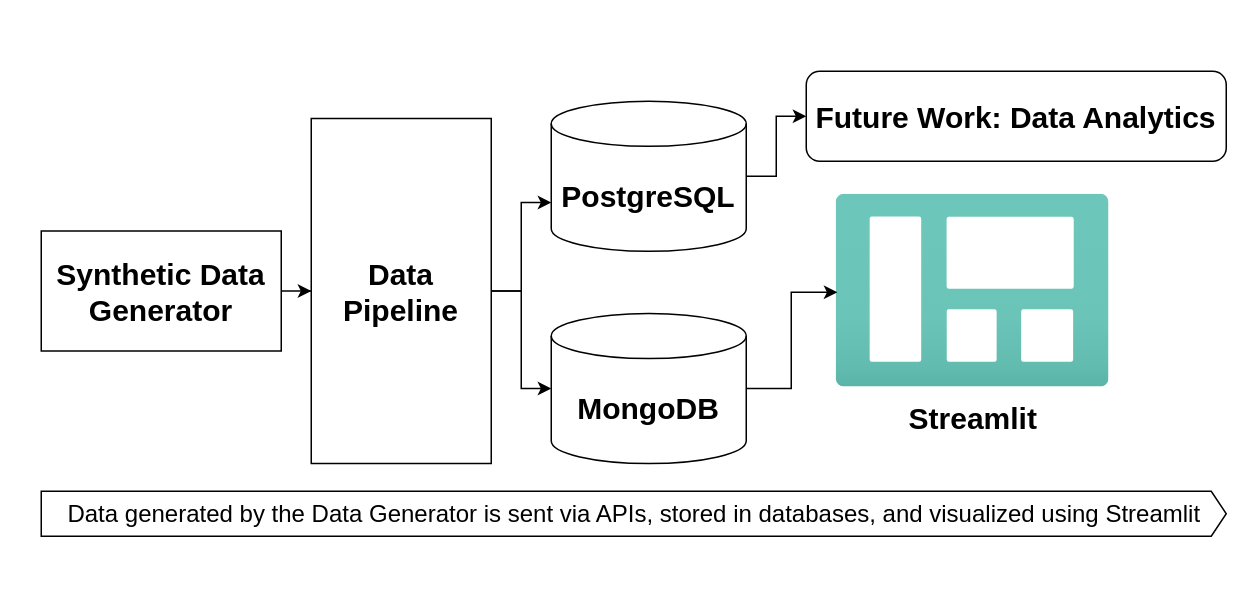
The draw.io diagram architecture.drawio in Mzsd/DEProject_architecture, before the edit. Source tidied: cells renumbered, new cells numbered last; positions are measured from the earlier drawing's top-left corner, leaving out a move shared by most shapes. Both pictures are drawn from the tidied source at 150%, with x=0, y=0 at pixel (40, 70).
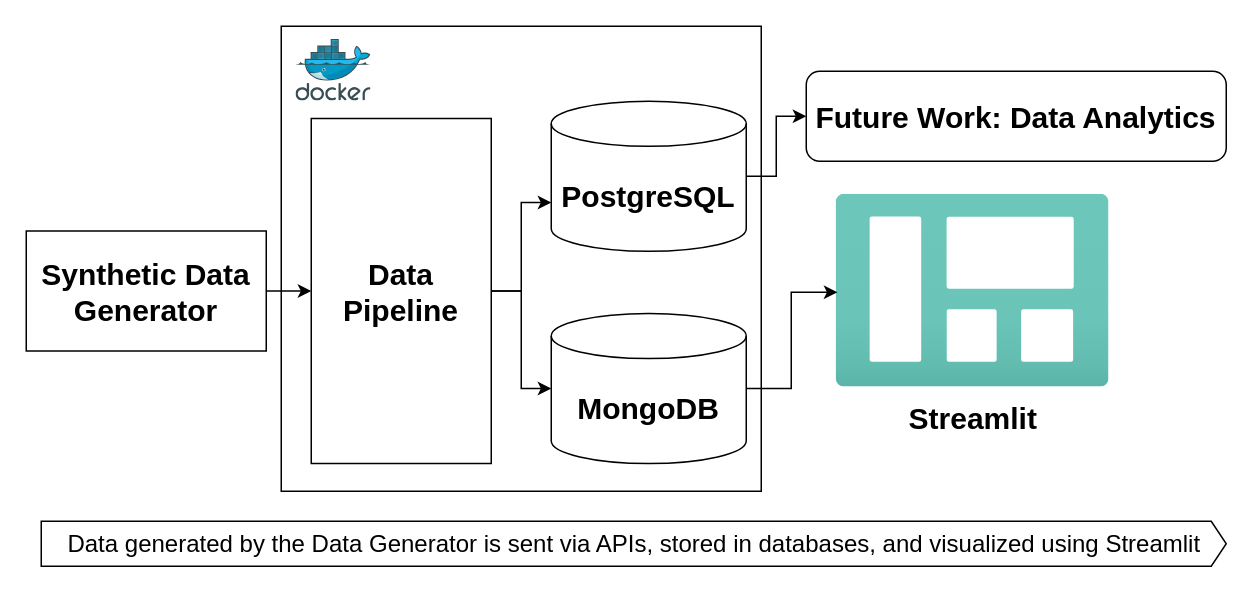
After the change.

What changed in the source:
```diff
@@
 <mxGraphModel>
   <root>
     <mxCell id="0" />
     <mxCell id="1" parent="0" />
+    <mxCell id="15" style="rounded=0;whiteSpace=wrap;html=1;" parent="1" vertex="1">
+      <mxGeometry x="160" y="-30" width="320" height="310" as="geometry" />
+    </mxCell>
     <mxCell id="2" value="&lt;b&gt;&lt;font style=&quot;font-size: 20px;&quot;&gt;Data Pipeline&lt;/font&gt;&lt;/b&gt;" style="rounded=0;whiteSpace=wrap;html=1;" parent="1" vertex="1">
       <mxGeometry x="180" y="31.5" width="120" height="230" as="geometry" />
     </mxCell>
     <mxCell id="3" style="edgeStyle=orthogonalEdgeStyle;rounded=0;jettySize=auto;html=1;entryX=0;entryY=0.5;entryDx=0;entryDy=0;" parent="1" edge="1" source="4" target="2">
       <mxGeometry relative="1" as="geometry" />
     </mxCell>
     <mxCell id="4" value="&lt;font size=&quot;1&quot; style=&quot;&quot;&gt;&lt;b style=&quot;font-size: 20px;&quot;&gt;Synthetic Data Generator&lt;/b&gt;&lt;/font&gt;" style="rounded=0;whiteSpace=wrap;html=1;" parent="1" vertex="1">
-      <mxGeometry y="106.5" width="160" height="80" as="geometry" />
+      <mxGeometry x="-10" y="106.5" width="160" height="80" as="geometry" />
     </mxCell>
     <mxCell id="5" style="edgeStyle=orthogonalEdgeStyle;rounded=0;jettySize=auto;html=1;entryX=0;entryY=0.5;entryDx=0;entryDy=0;" parent="1" edge="1" source="6" target="14">
       <mxGeometry relative="1" as="geometry" />
     </mxCell>
     <mxCell id="6" value="&lt;font style=&quot;font-size: 20px;&quot;&gt;&lt;b&gt;PostgreSQL&lt;/b&gt;&lt;/font&gt;" style="shape=cylinder3;whiteSpace=wrap;html=1;boundedLbl=1;backgroundOutline=1;size=15;" parent="1" vertex="1">
       <mxGeometry x="340" y="20" width="130" height="100" as="geometry" />
     </mxCell>
     <mxCell id="7" value="&lt;b style=&quot;font-size: 20px;&quot;&gt;MongoDB&lt;/b&gt;" style="shape=cylinder3;whiteSpace=wrap;html=1;boundedLbl=1;backgroundOutline=1;size=15;" parent="1" vertex="1">
       <mxGeometry x="340" y="161.5" width="130" height="100" as="geometry" />
     </mxCell>
     <mxCell id="8" style="edgeStyle=orthogonalEdgeStyle;rounded=0;jettySize=auto;html=1;entryX=0;entryY=0;entryDx=0;entryDy=67.5;entryPerimeter=0;" parent="1" edge="1" source="2" target="6">
       <mxGeometry relative="1" as="geometry" />
     </mxCell>
     <mxCell id="9" style="edgeStyle=orthogonalEdgeStyle;rounded=0;jettySize=auto;html=1;entryX=0;entryY=0.5;entryDx=0;entryDy=0;entryPerimeter=0;" parent="1" edge="1" source="2" target="7">
       <mxGeometry relative="1" as="geometry" />
     </mxCell>
     <mxCell id="10" style="image;html=1;points=[];align=center;fontSize=12;image=img/lib/azure2/general/Dashboard.svg;" parent="1" vertex="1">
       <mxGeometry x="530" y="82.2" width="182.1" height="128.5" as="geometry" />
     </mxCell>
     <mxCell id="11" value="&lt;b style=&quot;text-wrap: wrap; font-size: 20px;&quot;&gt;Streamlit&lt;/b&gt;" style="text;html=1;align=center;verticalAlign=middle;strokeColor=none;fillColor=none;" parent="1" vertex="1">
       <mxGeometry x="566" y="210.8" width="110" height="40" as="geometry" />
     </mxCell>
     <mxCell id="12" value="&lt;font style=&quot;font-size: 16px;&quot;&gt;Data generated by the Data Generator is sent via APIs, stored in databases, and visualized using Streamlit&lt;/font&gt;" style="html=1;shadow=0;dashed=0;align=center;verticalAlign=middle;shape=mxgraph.arrows2.arrow;dy=0;dx=10;notch=0;" parent="1" vertex="1">
-      <mxGeometry y="280" width="790" height="30" as="geometry" />
+      <mxGeometry y="300" width="790" height="30" as="geometry" />
     </mxCell>
     <mxCell id="13" style="edgeStyle=orthogonalEdgeStyle;rounded=0;jettySize=auto;html=1;entryX=0.004;entryY=0.507;entryDx=0;entryDy=0;entryPerimeter=0;" parent="1" edge="1" source="7" target="10">
       <mxGeometry relative="1" as="geometry" />
     </mxCell>
     <mxCell id="14" value="&lt;span style=&quot;font-size: 20px;&quot;&gt;&lt;b&gt;Future Work: Data Analytics&lt;/b&gt;&lt;/span&gt;" style="rounded=1;whiteSpace=wrap;html=1;" parent="1" vertex="1">
       <mxGeometry x="510" width="280" height="60" as="geometry" />
     </mxCell>
+    <mxCell id="16" style="image;sketch=0;html=1;align=center;fontSize=12;image=img/lib/mscae/Docker.svg;" parent="1" vertex="1">
+      <mxGeometry x="170" y="-21" width="50" height="41" as="geometry" />
+    </mxCell>
   </root>
 </mxGraphModel>
```
